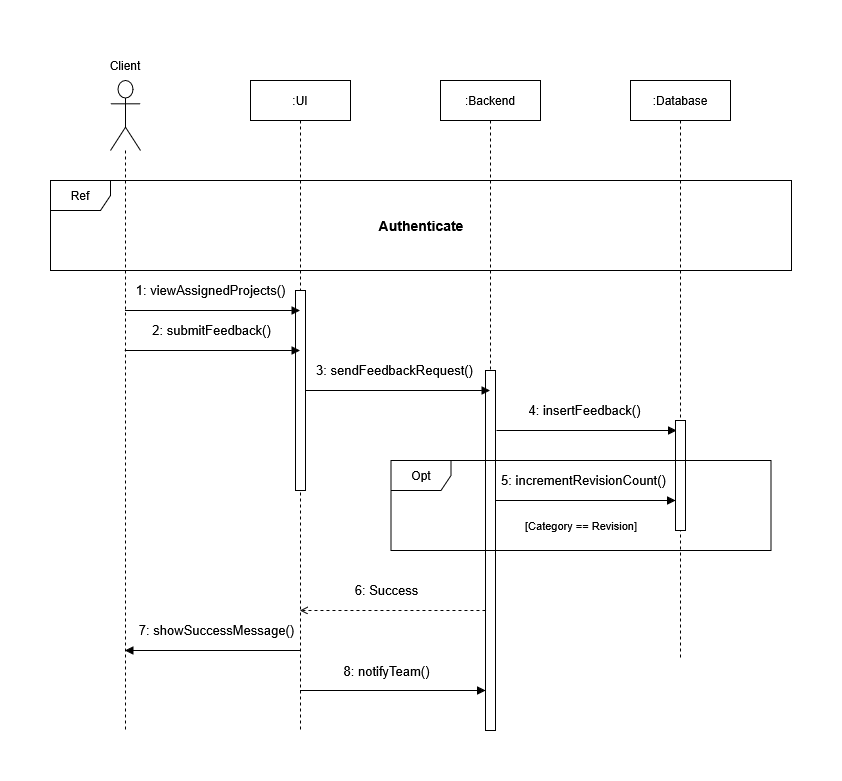
Before: docs/diagrams/SequenceFeedback.drawio.png, a diagram exported from draw.io (mahdi000666/DesignFlow). Source tidied: cells renumbered, new cells last; positions are measured from the earlier drawing's top-left corner, leaving out a move shared by most shapes.
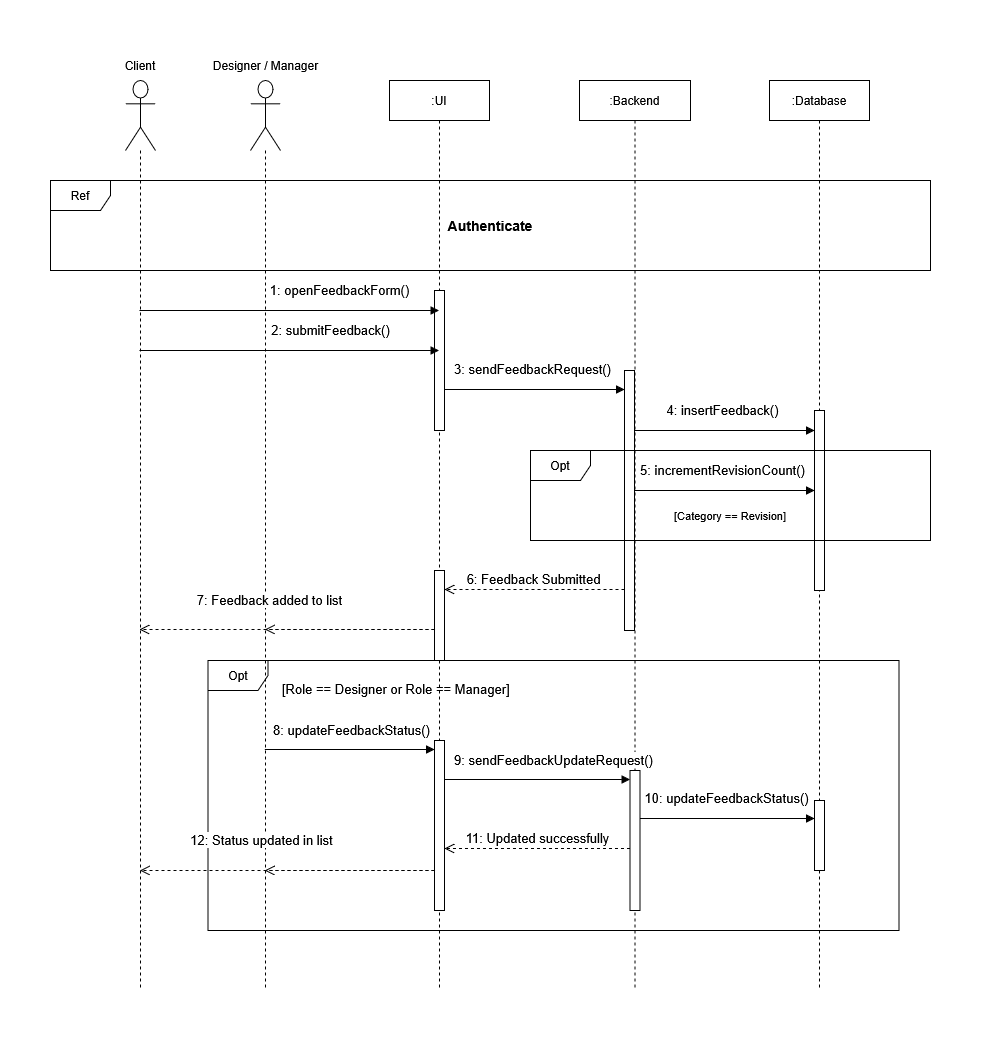
The same file after the commit.

The edit, as a diff of the source:
```diff
@@ -2,92 +2,145 @@
   <root>
     <mxCell id="0" />
     <mxCell id="1" parent="0" />
-    <mxCell id="2" style="shape=umlLifeline;perimeter=lifelinePerimeter;whiteSpace=wrap;html=1;newEdgeStyle={&quot;curved&quot;:0,&quot;rounded&quot;:0};participant=umlActor;size=70;" parent="1" vertex="1">
-      <mxGeometry x="60" y="30" width="30" height="650" as="geometry" />
-    </mxCell>
+    <mxCell id="22" style="shape=umlLifeline;perimeter=lifelinePerimeter;whiteSpace=wrap;html=1;outlineConnect=0;portConstraint=eastwest;newEdgeStyle={&quot;curved&quot;:0,&quot;rounded&quot;:0};participant=umlActor;size=70;" parent="1" vertex="1">
+      <mxGeometry x="-19" y="10" width="30" height="910" as="geometry" />
+    </mxCell>
     <mxCell id="3" value=":UI" style="shape=umlLifeline;perimeter=lifelinePerimeter;whiteSpace=wrap;html=1;newEdgeStyle={&quot;curved&quot;:0,&quot;rounded&quot;:0};" parent="1" vertex="1">
-      <mxGeometry x="200" y="30" width="100" height="650" as="geometry" />
+      <mxGeometry x="245" y="10" width="100" height="910" as="geometry" />
     </mxCell>
-    <mxCell id="4" style="html=1;points=[[0,0,0,0,5],[0,1,0,0,-5],[1,0,0,0,5],[1,1,0,0,-5]];perimeter=orthogonalPerimeter;outlineConnect=0;targetShapes=umlLifeline;portConstraint=eastwest;newEdgeStyle={&quot;curved&quot;:0,&quot;rounded&quot;:0};" parent="3" vertex="1">
-      <mxGeometry x="45" y="210" width="10" height="200" as="geometry" />
-    </mxCell>
+    <mxCell id="23" style="html=1;perimeter=orthogonalPerimeter;targetShapes=umlLifeline;newEdgeStyle={&quot;curved&quot;:0,&quot;rounded&quot;:0};" parent="3" vertex="1">
+      <mxGeometry x="45" y="210" width="10" height="140" as="geometry" />
+    </mxCell>
+    <mxCell id="24" style="html=1;perimeter=orthogonalPerimeter;targetShapes=umlLifeline;newEdgeStyle={&quot;curved&quot;:0,&quot;rounded&quot;:0};" parent="3" vertex="1">
+      <mxGeometry x="45" y="490" width="10" height="90" as="geometry" />
+    </mxCell>
     <mxCell id="5" value="&lt;div&gt;:Backend&lt;/div&gt;" style="shape=umlLifeline;perimeter=lifelinePerimeter;whiteSpace=wrap;html=1;outlineConnect=0;portConstraint=eastwest;newEdgeStyle={&quot;curved&quot;:0,&quot;rounded&quot;:0};" parent="1" vertex="1">
-      <mxGeometry x="390" y="30" width="100" height="650" as="geometry" />
+      <mxGeometry x="435" y="10" width="111" height="910" as="geometry" />
     </mxCell>
-    <mxCell id="6" style="html=1;perimeter=orthogonalPerimeter;targetShapes=umlLifeline;newEdgeStyle={&quot;curved&quot;:0,&quot;rounded&quot;:0};" parent="5" vertex="1">
-      <mxGeometry x="45" y="290" width="10" height="360" as="geometry" />
-    </mxCell>
+    <mxCell id="25" style="html=1;points=[[0,0,0,0,5],[0,1,0,0,-5],[1,0,0,0,5],[1,1,0,0,-5]];perimeter=orthogonalPerimeter;outlineConnect=0;targetShapes=umlLifeline;portConstraint=eastwest;newEdgeStyle={&quot;curved&quot;:0,&quot;rounded&quot;:0};" parent="5" vertex="1">
+      <mxGeometry x="45" y="290" width="10" height="260" as="geometry" />
+    </mxCell>
+    <mxCell id="26" value="Opt" style="shape=umlFrame;whiteSpace=wrap;html=1;" parent="5" vertex="1">
+      <mxGeometry x="-371.5" y="580" width="691" height="270" as="geometry" />
+    </mxCell>
+    <mxCell id="27" style="html=1;points=[[0,0,0,0,5],[0,1,0,0,-5],[1,0,0,0,5],[1,1,0,0,-5]];perimeter=orthogonalPerimeter;outlineConnect=0;targetShapes=umlLifeline;portConstraint=eastwest;newEdgeStyle={&quot;curved&quot;:0,&quot;rounded&quot;:0};" parent="5" vertex="1">
+      <mxGeometry x="50.5" y="690" width="10" height="140" as="geometry" />
+    </mxCell>
     <mxCell id="7" value="&lt;div&gt;:Database&lt;/div&gt;" style="shape=umlLifeline;perimeter=lifelinePerimeter;whiteSpace=wrap;html=1;newEdgeStyle={&quot;curved&quot;:0,&quot;rounded&quot;:0};" parent="1" vertex="1">
-      <mxGeometry x="580" y="30" width="100" height="580" as="geometry" />
+      <mxGeometry x="625" y="10" width="100" height="910" as="geometry" />
     </mxCell>
-    <mxCell id="8" style="html=1;perimeter=orthogonalPerimeter;targetShapes=umlLifeline;newEdgeStyle={&quot;curved&quot;:0,&quot;rounded&quot;:0};" parent="7" vertex="1">
-      <mxGeometry x="45" y="340" width="10" height="110" as="geometry" />
-    </mxCell>
+    <mxCell id="28" style="html=1;points=[[0,0,0,0,5],[0,1,0,0,-5],[1,0,0,0,5],[1,1,0,0,-5]];perimeter=orthogonalPerimeter;outlineConnect=0;targetShapes=umlLifeline;portConstraint=eastwest;newEdgeStyle={&quot;curved&quot;:0,&quot;rounded&quot;:0};" parent="7" vertex="1">
+      <mxGeometry x="45" y="330" width="10" height="180" as="geometry" />
+    </mxCell>
+    <mxCell id="29" style="html=1;perimeter=orthogonalPerimeter;targetShapes=umlLifeline;newEdgeStyle={&quot;curved&quot;:0,&quot;rounded&quot;:0};" parent="7" vertex="1">
+      <mxGeometry x="45" y="720" width="10" height="70" as="geometry" />
+    </mxCell>
-    <mxCell id="9" value="2: submitFeedback()" style="html=1;verticalAlign=bottom;endArrow=block;strokeWidth=1;fontSize=13;" parent="1" edge="1">
-      <mxGeometry x="-0.02" y="10" relative="1" as="geometry">
-        <mxPoint x="74.2" y="300" as="sourcePoint" />
-        <mxPoint x="249.5" y="300" as="targetPoint" />
+    <mxCell id="9" value="2: submitFeedback()" style="html=1;verticalAlign=bottom;endArrow=block;strokeWidth=1;fontSize=13;" parent="1" edge="1" source="22">
+      <mxGeometry x="0.27" y="10" relative="1" as="geometry">
+        <mxPoint x="294.5" y="280" as="targetPoint" />
       </mxGeometry>
     </mxCell>
-    <mxCell id="10" value="3: sendFeedbackRequest()" style="html=1;verticalAlign=bottom;endArrow=block;strokeWidth=1;fontSize=13;" parent="1" edge="1" source="4" target="5">
-      <mxGeometry x="-0.02" y="10" relative="1" as="geometry" />
-    </mxCell>
-    <mxCell id="11" value="4: insertFeedback()" style="html=1;verticalAlign=bottom;endArrow=block;strokeWidth=1;fontSize=13;" parent="1" edge="1">
-      <mxGeometry x="-0.02" y="10" relative="1" as="geometry">
-        <mxPoint x="446" y="380" as="sourcePoint" />
-        <mxPoint x="626" y="380" as="targetPoint" />
-      </mxGeometry>
-    </mxCell>
     <mxCell id="12" value="Client" style="text;html=1;whiteSpace=wrap;strokeColor=none;fillColor=none;align=center;verticalAlign=middle;rounded=0;" parent="1" vertex="1">
-      <mxGeometry x="45" width="60" height="30" as="geometry" />
+      <mxGeometry x="-34" y="-20" width="60" height="30" as="geometry" />
     </mxCell>
     <mxCell id="13" value="Ref" style="shape=umlFrame;whiteSpace=wrap;html=1;" parent="1" vertex="1">
-      <mxGeometry y="130" width="741" height="90" as="geometry" />
+      <mxGeometry x="-94" y="110" width="880" height="90" as="geometry" />
     </mxCell>
     <mxCell id="14" value="Authenticate" style="text;html=1;whiteSpace=wrap;strokeColor=none;fillColor=none;align=center;verticalAlign=middle;rounded=0;fontStyle=1;fontSize=14;" parent="1" vertex="1">
-      <mxGeometry x="340.5" y="160" width="60" height="30" as="geometry" />
+      <mxGeometry x="316" y="140" width="60" height="30" as="geometry" />
     </mxCell>
-    <mxCell id="15" value="1: viewAssignedProjects()" style="html=1;verticalAlign=bottom;endArrow=block;strokeWidth=1;fontSize=13;" parent="1" edge="1">
-      <mxGeometry x="-0.02" y="10" relative="1" as="geometry">
-        <mxPoint x="74.5" y="260" as="sourcePoint" />
-        <mxPoint x="249.5" y="260" as="targetPoint" />
-      </mxGeometry>
-    </mxCell>
-    <mxCell id="16" value="Opt" style="shape=umlFrame;whiteSpace=wrap;html=1;" parent="1" vertex="1">
-      <mxGeometry x="340.5" y="410" width="380" height="90" as="geometry" />
-    </mxCell>
+    <mxCell id="30" value="1: openFeedbackForm()" style="html=1;verticalAlign=bottom;endArrow=block;strokeWidth=1;fontSize=13;" parent="1" edge="1" source="22">
+      <mxGeometry x="0.34" y="10" relative="1" as="geometry">
+        <mxPoint x="294.5" y="240" as="targetPoint" />
+      </mxGeometry>
+    </mxCell>
+    <mxCell id="10" value="3: sendFeedbackRequest()" style="html=1;verticalAlign=bottom;endArrow=block;strokeWidth=1;fontSize=13;" parent="1" edge="1" target="25">
+      <mxGeometry x="-0.02" y="10" relative="1" as="geometry">
+        <mxPoint x="300" y="319" as="sourcePoint" />
+      </mxGeometry>
+    </mxCell>
+    <mxCell id="11" value="4: insertFeedback()" style="html=1;verticalAlign=bottom;endArrow=block;strokeWidth=1;fontSize=13;" parent="1" edge="1">
+      <mxGeometry x="-0.02" y="10" relative="1" as="geometry">
+        <mxPoint x="490" y="360" as="sourcePoint" />
+        <mxPoint x="670" y="360" as="targetPoint" />
+      </mxGeometry>
+    </mxCell>
+    <mxCell id="31" value="6: Feedback Submitted" style="html=1;verticalAlign=bottom;endArrow=open;dashed=1;endSize=8;curved=0;rounded=0;fontSize=13;" parent="1" edge="1">
+      <mxGeometry relative="1" as="geometry">
+        <mxPoint x="480" y="519" as="sourcePoint" />
+        <mxPoint x="300" y="519" as="targetPoint" />
+      </mxGeometry>
+    </mxCell>
+    <mxCell id="32" style="shape=umlLifeline;perimeter=lifelinePerimeter;whiteSpace=wrap;html=1;newEdgeStyle={&quot;curved&quot;:0,&quot;rounded&quot;:0};participant=umlActor;size=70;" parent="1" vertex="1">
+      <mxGeometry x="106" y="10" width="30" height="910" as="geometry" />
+    </mxCell>
+    <mxCell id="33" value="Designer / Manager" style="text;html=1;whiteSpace=wrap;strokeColor=none;fillColor=none;align=center;verticalAlign=middle;rounded=0;" parent="1" vertex="1">
+      <mxGeometry x="63.5" y="-20" width="115" height="30" as="geometry" />
+    </mxCell>
+    <mxCell id="34" value="7: Feedback added to list" style="html=1;verticalAlign=bottom;endArrow=open;dashed=1;endSize=8;curved=0;rounded=0;fontSize=13;" parent="1" edge="1">
+      <mxGeometry x="0.93" y="-19" relative="1" as="geometry">
+        <mxPoint x="290" y="559" as="sourcePoint" />
+        <mxPoint x="120.3" y="559" as="targetPoint" />
+      </mxGeometry>
+    </mxCell>
+    <mxCell id="35" value="Opt" style="shape=umlFrame;whiteSpace=wrap;html=1;" parent="1" vertex="1">
+      <mxGeometry x="386" y="380" width="400" height="90" as="geometry" />
+    </mxCell>
+    <mxCell id="18" value="5: incrementRevisionCount()" style="html=1;verticalAlign=bottom;endArrow=block;strokeWidth=1;fontSize=13;" parent="1" edge="1" target="28">
+      <mxGeometry x="-0.02" y="10" relative="1" as="geometry">
+        <mxPoint x="490" y="420" as="sourcePoint" />
+      </mxGeometry>
+    </mxCell>
     <mxCell id="17" value="[Category == Revision]" style="text;html=1;whiteSpace=wrap;strokeColor=none;fillColor=none;align=center;verticalAlign=middle;rounded=0;fontSize=11;" parent="1" vertex="1">
-      <mxGeometry x="472.8" y="460" width="115.5" height="30" as="geometry" />
+      <mxGeometry x="528.2" y="430" width="115.5" height="30" as="geometry" />
     </mxCell>
-    <mxCell id="18" value="5: incrementRevisionCount()" style="html=1;verticalAlign=bottom;endArrow=block;strokeWidth=1;fontSize=13;" parent="1" edge="1">
-      <mxGeometry x="-0.02" y="10" relative="1" as="geometry">
-        <mxPoint x="445" y="450" as="sourcePoint" />
-        <mxPoint x="625" y="450" as="targetPoint" />
-      </mxGeometry>
-    </mxCell>
-    <mxCell id="19" value="6: Success" style="html=1;verticalAlign=bottom;endArrow=open;strokeWidth=1;fontSize=13;dashed=1;endFill=0;" parent="1" edge="1">
-      <mxGeometry x="0.07" y="-10" relative="1" as="geometry">
-        <mxPoint x="435" y="560" as="sourcePoint" />
-        <mxPoint x="249.3" y="560" as="targetPoint" />
-      </mxGeometry>
-    </mxCell>
-    <mxCell id="20" value="7: showSuccessMessage()" style="html=1;verticalAlign=bottom;endArrow=block;strokeWidth=1;fontSize=13;" parent="1" edge="1">
-      <mxGeometry x="-0.05" y="-10" relative="1" as="geometry">
-        <mxPoint x="249.5" y="600" as="sourcePoint" />
-        <mxPoint x="74.5" y="600" as="targetPoint" />
-        <Array as="points">
-          <mxPoint x="136" y="600" />
-        </Array>
-      </mxGeometry>
-    </mxCell>
-    <mxCell id="21" value="8: notifyTeam()" style="html=1;verticalAlign=bottom;endArrow=block;strokeWidth=1;fontSize=13;" parent="1" edge="1">
-      <mxGeometry x="-0.07" y="9" relative="1" as="geometry">
-        <mxPoint x="249.5" y="640" as="sourcePoint" />
-        <mxPoint x="435" y="640" as="targetPoint" />
-        <Array as="points">
-          <mxPoint x="358" y="640" />
-        </Array>
-      </mxGeometry>
-    </mxCell>
+    <mxCell id="36" style="html=1;verticalAlign=bottom;endArrow=open;dashed=1;endSize=8;curved=0;rounded=0;fontSize=13;" parent="1" edge="1" target="22">
+      <mxGeometry x="0.11" y="-19" relative="1" as="geometry">
+        <mxPoint x="290" y="559" as="sourcePoint" />
+      </mxGeometry>
+    </mxCell>
+    <mxCell id="37" value="8: updateFeedbackStatus()" style="html=1;verticalAlign=bottom;endArrow=block;strokeWidth=1;fontSize=13;" parent="1" edge="1" source="40">
+      <mxGeometry x="-1" y="-88" relative="1" as="geometry">
+        <mxPoint x="294.5" y="679" as="targetPoint" />
+      </mxGeometry>
+    </mxCell>
+    <mxCell id="38" value="[Role == Designer or Role == Manager]" style="text;whiteSpace=wrap;html=1;fontSize=13;" parent="1" vertex="1">
+      <mxGeometry x="136" y="605" width="250" height="30" as="geometry" />
+    </mxCell>
+    <mxCell id="39" style="html=1;verticalAlign=bottom;endArrow=block;strokeWidth=1;fontSize=13;" parent="1" edge="1" target="40">
+      <mxGeometry x="-0.02" y="10" relative="1" as="geometry">
+        <mxPoint x="120.3" y="679" as="sourcePoint" />
+      </mxGeometry>
+    </mxCell>
+    <mxCell id="40" style="html=1;points=[[0,0,0,0,5],[0,1,0,0,-5],[1,0,0,0,5],[1,1,0,0,-5]];perimeter=orthogonalPerimeter;outlineConnect=0;targetShapes=umlLifeline;portConstraint=eastwest;newEdgeStyle={&quot;curved&quot;:0,&quot;rounded&quot;:0};" parent="1" vertex="1">
+      <mxGeometry x="290" y="670" width="10" height="170" as="geometry" />
+    </mxCell>
+    <mxCell id="41" value="&lt;font&gt;&lt;font&gt;9: sendFeedbackUpdateRequest()&lt;/font&gt;&lt;/font&gt;" style="html=1;verticalAlign=bottom;endArrow=block;strokeWidth=1;fontSize=13;" parent="1" edge="1" target="27">
+      <mxGeometry x="0.18" y="9" relative="1" as="geometry">
+        <mxPoint x="300" y="709" as="sourcePoint" />
+      </mxGeometry>
+    </mxCell>
+    <mxCell id="42" value="11: Updated successfully" style="html=1;verticalAlign=bottom;endArrow=open;dashed=1;endSize=8;curved=0;rounded=0;fontSize=13;" parent="1" edge="1" source="27">
+      <mxGeometry relative="1" as="geometry">
+        <mxPoint x="300" y="778" as="targetPoint" />
+      </mxGeometry>
+    </mxCell>
+    <mxCell id="43" value="10: updateFeedbackStatus()" style="html=1;verticalAlign=bottom;endArrow=block;strokeWidth=1;fontSize=13;" parent="1" edge="1" source="27">
+      <mxGeometry x="-0.02" y="10" relative="1" as="geometry">
+        <mxPoint x="670" y="748" as="targetPoint" />
+      </mxGeometry>
+    </mxCell>
+    <mxCell id="44" value="12: Status updated in list" style="html=1;verticalAlign=bottom;endArrow=open;dashed=1;endSize=8;curved=0;rounded=0;fontSize=13;" parent="1" edge="1" source="40">
+      <mxGeometry x="1" y="-20" relative="1" as="geometry">
+        <mxPoint x="120.1" y="800" as="targetPoint" />
+        <mxPoint x="-4" as="offset" />
+      </mxGeometry>
+    </mxCell>
+    <mxCell id="45" style="html=1;verticalAlign=bottom;endArrow=open;dashed=1;endSize=8;curved=0;rounded=0;fontSize=13;" parent="1" edge="1">
+      <mxGeometry x="0.93" y="-20" relative="1" as="geometry">
+        <mxPoint x="290" y="800" as="sourcePoint" />
+        <mxPoint x="-4.5" y="800" as="targetPoint" />
+      </mxGeometry>
+    </mxCell>
   </root>
 </mxGraphModel>
```
